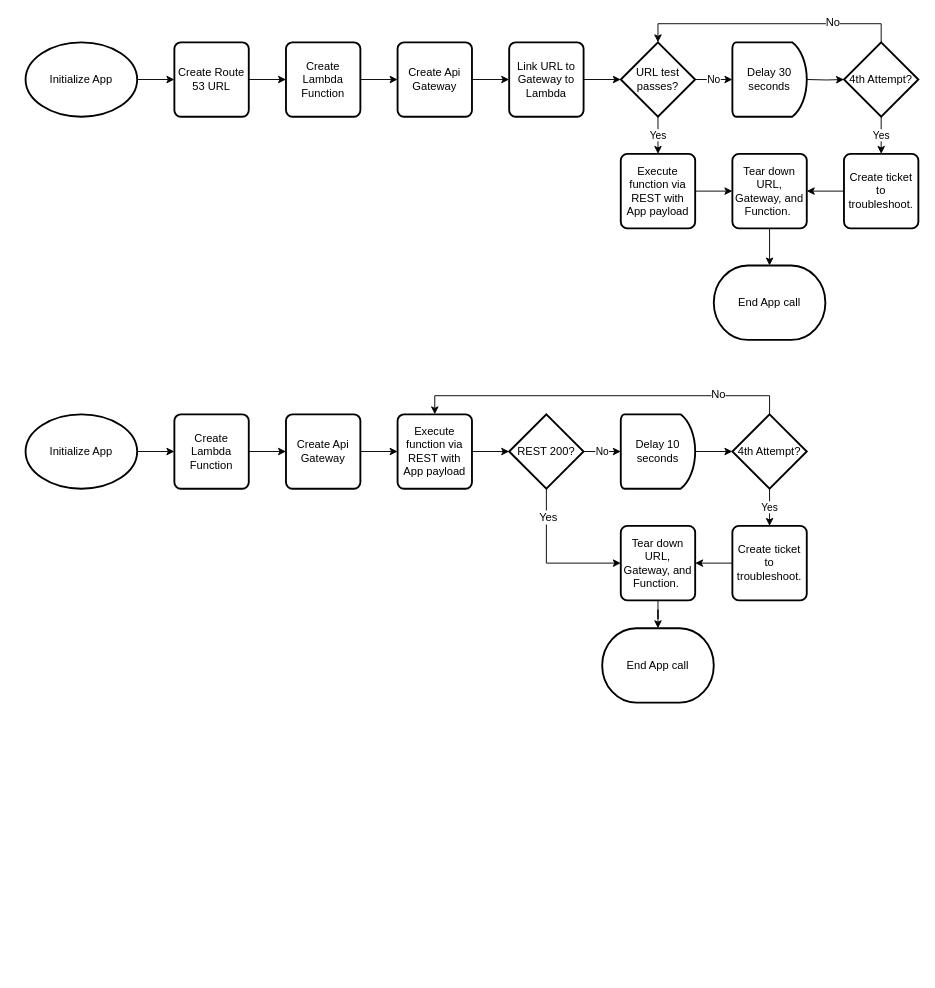
Earlier version of the draw.io diagram Draw.io/Serverless App Flow.drawio (gmadro/vMadBro). Source tidied: cells renumbered, new cells numbered last; positions are measured from the earlier drawing's top-left corner, leaving out a move shared by most shapes. Both pictures are drawn from the tidied source at 93%, with x=0, y=0 at pixel (25, 23).
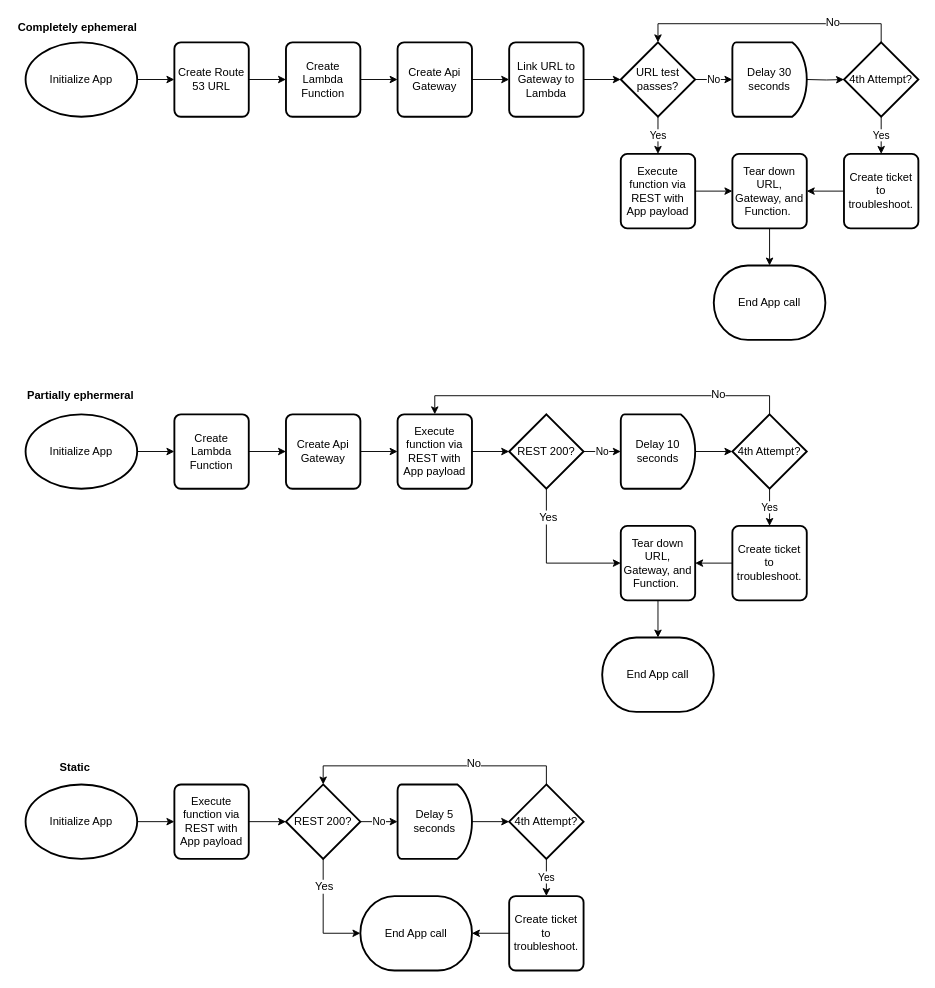
The same page after the edit.

Commit message:
Add Titles; Add static flow

Diff of the diagram source:
```diff
@@
     <mxCell id="48" value="End App call" style="strokeWidth=2;html=1;shape=mxgraph.flowchart.terminator;whiteSpace=wrap;" parent="1" vertex="1">
-      <mxGeometry x="620" y="650" width="120" height="80" as="geometry" />
+      <mxGeometry x="620" y="660" width="120" height="80" as="geometry" />
     </mxCell>
@@
+    <mxCell id="51" style="edgeStyle=orthogonalEdgeStyle;rounded=0;jettySize=auto;html=1;" parent="1" edge="1" source="52" target="54">
+      <mxGeometry relative="1" as="geometry" />
+    </mxCell>
+    <mxCell id="52" value="Initialize App" style="strokeWidth=2;html=1;shape=mxgraph.flowchart.start_1;whiteSpace=wrap;" parent="1" vertex="1">
+      <mxGeometry y="818" width="120" height="80" as="geometry" />
+    </mxCell>
+    <mxCell id="53" style="edgeStyle=orthogonalEdgeStyle;rounded=0;jettySize=auto;html=1;" parent="1" edge="1" source="54" target="58">
+      <mxGeometry relative="1" as="geometry" />
+    </mxCell>
+    <mxCell id="54" value="Execute function via REST with App payload" style="rounded=1;whiteSpace=wrap;html=1;absoluteArcSize=1;arcSize=14;strokeWidth=2;" parent="1" vertex="1">
+      <mxGeometry x="160" y="818" width="80" height="80" as="geometry" />
+    </mxCell>
+    <mxCell id="55" value="No" style="edgeStyle=orthogonalEdgeStyle;rounded=0;jettySize=auto;html=1;" parent="1" edge="1" source="58" target="60">
+      <mxGeometry relative="1" as="geometry" />
+    </mxCell>
+    <mxCell id="56" style="edgeStyle=orthogonalEdgeStyle;rounded=0;jettySize=auto;html=1;entryX=0;entryY=0.5;entryDx=0;entryDy=0;entryPerimeter=0;" parent="1" edge="1" source="58" target="67">
+      <mxGeometry relative="1" as="geometry" />
+    </mxCell>
+    <mxCell id="57" value="Yes" style="text;html=1;align=center;verticalAlign=middle;labelBackgroundColor=#ffffff;" parent="56" vertex="1">
+      <mxGeometry x="-0.52" relative="1" as="geometry" />
+    </mxCell>
+    <mxCell id="58" value="REST 200?" style="strokeWidth=2;html=1;shape=mxgraph.flowchart.decision;whiteSpace=wrap;" parent="1" vertex="1">
+      <mxGeometry x="280" y="818" width="80" height="80" as="geometry" />
+    </mxCell>
+    <mxCell id="59" style="edgeStyle=orthogonalEdgeStyle;rounded=0;jettySize=auto;html=1;" parent="1" edge="1" source="60" target="64">
+      <mxGeometry relative="1" as="geometry" />
+    </mxCell>
+    <mxCell id="60" value="Delay 5 seconds" style="strokeWidth=2;html=1;shape=mxgraph.flowchart.delay;whiteSpace=wrap;" parent="1" vertex="1">
+      <mxGeometry x="400" y="818" width="80" height="80" as="geometry" />
+    </mxCell>
+    <mxCell id="61" value="Yes" style="edgeStyle=orthogonalEdgeStyle;rounded=0;jettySize=auto;html=1;" parent="1" edge="1" source="64" target="66">
+      <mxGeometry relative="1" as="geometry" />
+    </mxCell>
+    <mxCell id="62" style="edgeStyle=orthogonalEdgeStyle;rounded=0;jettySize=auto;html=1;entryX=0.5;entryY=0;entryDx=0;entryDy=0;entryPerimeter=0;" parent="1" edge="1" source="64" target="58">
+      <mxGeometry relative="1" as="geometry">
+        <Array as="points">
+          <mxPoint x="560" y="798" />
+          <mxPoint x="320" y="798" />
+        </Array>
+      </mxGeometry>
+    </mxCell>
+    <mxCell id="63" value="No" style="text;html=1;align=center;verticalAlign=middle;labelBackgroundColor=#ffffff;" parent="62" vertex="1">
+      <mxGeometry x="-0.29" y="-3" relative="1" as="geometry" />
+    </mxCell>
+    <mxCell id="64" value="4th Attempt?" style="strokeWidth=2;html=1;shape=mxgraph.flowchart.decision;whiteSpace=wrap;" parent="1" vertex="1">
+      <mxGeometry x="520" y="818" width="80" height="80" as="geometry" />
+    </mxCell>
+    <mxCell id="65" style="edgeStyle=orthogonalEdgeStyle;rounded=0;jettySize=auto;html=1;" parent="1" edge="1" source="66" target="67">
+      <mxGeometry relative="1" as="geometry" />
+    </mxCell>
+    <mxCell id="66" value="Create ticket to troubleshoot." style="rounded=1;whiteSpace=wrap;html=1;absoluteArcSize=1;arcSize=14;strokeWidth=2;" parent="1" vertex="1">
+      <mxGeometry x="520" y="938" width="80" height="80" as="geometry" />
+    </mxCell>
+    <mxCell id="67" value="End App call" style="strokeWidth=2;html=1;shape=mxgraph.flowchart.terminator;whiteSpace=wrap;" parent="1" vertex="1">
+      <mxGeometry x="360" y="938" width="120" height="80" as="geometry" />
+    </mxCell>
+    <mxCell id="68" value="Completely ephemeral" style="text;html=1;align=left;verticalAlign=top;spacingTop=-4;fontStyle=1;" parent="1" vertex="1">
+      <mxGeometry x="-10" y="-6" width="140" height="20" as="geometry" />
+    </mxCell>
+    <mxCell id="69" value="Partially ephermeral" style="text;html=1;align=left;verticalAlign=top;spacingTop=-4;fontStyle=1;" parent="1" vertex="1">
+      <mxGeometry y="390" width="120" height="20" as="geometry" />
+    </mxCell>
+    <mxCell id="70" value="Static" style="text;html=1;align=left;verticalAlign=top;spacingTop=-4;fontStyle=1;" parent="1" vertex="1">
+      <mxGeometry x="35" y="790" width="50" height="20" as="geometry" />
+    </mxCell>
```
